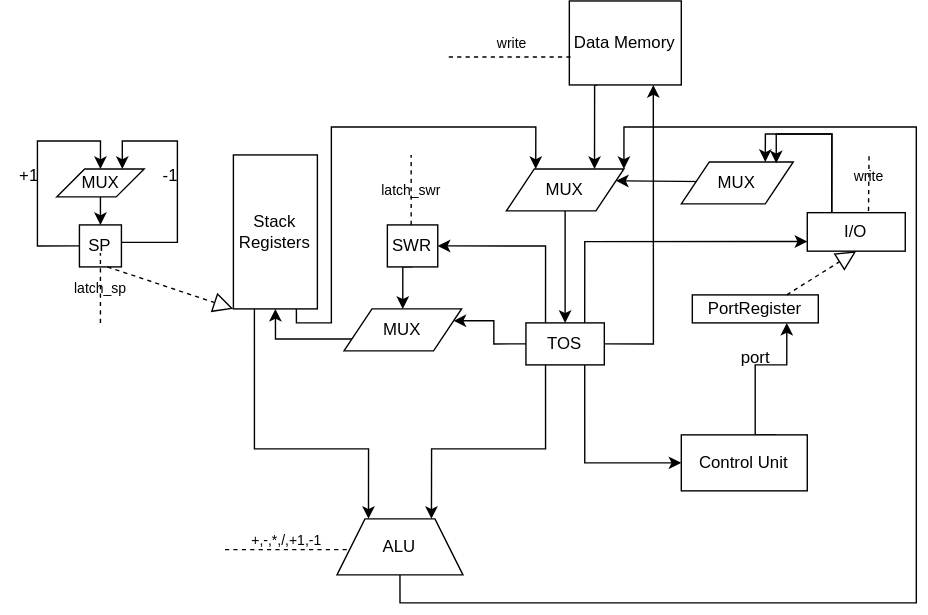
This is schemes/DataPath.svg from stanislav-shchetinin/MyAsm, a draw.io export, as it was before one commit. Source tidied: cells renumbered, new cells last; positions are measured from the earlier drawing's top-left corner, leaving out a move shared by most shapes.
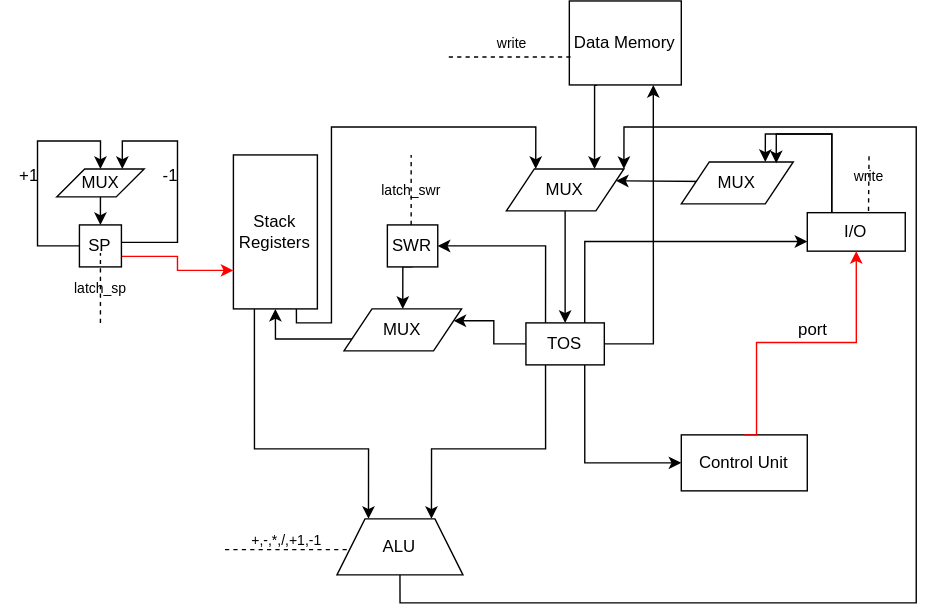
The same diagram one commit later.

What changed in the source:
```diff
@@ -74,6 +74,9 @@
         </Array>
       </mxGeometry>
     </mxCell>
+    <mxCell id="50" style="edgeStyle=orthogonalEdgeStyle;rounded=0;jettySize=auto;html=1;exitX=1;exitY=0.75;exitDx=0;exitDy=0;entryX=0;entryY=0.75;entryDx=0;entryDy=0;strokeColor=#FF0000;" parent="1" edge="1" source="16" target="4">
+      <mxGeometry relative="1" as="geometry" />
+    </mxCell>
     <mxCell id="16" value="SP" style="rounded=0;whiteSpace=wrap;html=1;" parent="1" vertex="1">
       <mxGeometry x="56.2" y="160" width="30" height="30" as="geometry" />
     </mxCell>
@@ -98,11 +101,6 @@
     <mxCell id="22" value="&lt;span style=&quot;font-size: 10px;&quot;&gt;latch_sp&lt;/span&gt;" style="text;html=1;align=center;verticalAlign=middle;strokeColor=none;fillColor=none;" parent="1" vertex="1">
       <mxGeometry x="41.2" y="190" width="60" height="30" as="geometry" />
     </mxCell>
-    <mxCell id="23" style="endArrow=block;dashed=1;endFill=0;endSize=12;html=1;rounded=0;entryX=0;entryY=1;entryDx=0;entryDy=0;" parent="1" edge="1" target="4">
-      <mxGeometry relative="1" as="geometry">
-        <mxPoint x="76.2" y="190" as="sourcePoint" />
-      </mxGeometry>
-    </mxCell>
     <mxCell id="24" style="edgeStyle=orthogonalEdgeStyle;rounded=0;jettySize=auto;html=1;exitX=0.5;exitY=1;exitDx=0;exitDy=0;entryX=0.5;entryY=0;entryDx=0;entryDy=0;" parent="1" edge="1" source="25" target="27">
       <mxGeometry relative="1" as="geometry" />
     </mxCell>
@@ -171,23 +169,20 @@
     <mxCell id="39" value="&lt;span style=&quot;font-size: 10px;&quot;&gt;write&lt;/span&gt;" style="text;html=1;align=center;verticalAlign=middle;strokeColor=none;fillColor=none;" parent="1" vertex="1">
       <mxGeometry x="345.1" y="15" width="40" height="30" as="geometry" />
     </mxCell>
-    <mxCell id="40" style="edgeStyle=orthogonalEdgeStyle;rounded=0;jettySize=auto;html=1;exitX=0.75;exitY=0;exitDx=0;exitDy=0;entryX=0.75;entryY=1;entryDx=0;entryDy=0;" parent="1" edge="1" source="41" target="42">
-      <mxGeometry relative="1" as="geometry">
-        <Array as="points">
-          <mxPoint x="539" y="310" />
-          <mxPoint x="539" y="260" />
-          <mxPoint x="562" y="260" />
-        </Array>
-      </mxGeometry>
-    </mxCell>
     <mxCell id="41" value="Control Unit" style="rounded=0;whiteSpace=wrap;html=1;" parent="1" vertex="1">
       <mxGeometry x="486.2" y="310" width="90" height="40" as="geometry" />
     </mxCell>
-    <mxCell id="42" value="PortRegister" style="rounded=0;whiteSpace=wrap;html=1;" parent="1" vertex="1">
-      <mxGeometry x="494.1" y="210" width="90" height="20" as="geometry" />
-    </mxCell>
+    <mxCell id="51" style="edgeStyle=orthogonalEdgeStyle;rounded=0;jettySize=auto;html=1;exitX=0.5;exitY=0;exitDx=0;exitDy=0;entryX=0.5;entryY=1;entryDx=0;entryDy=0;shadow=0;strokeColor=#FF0000;" parent="1" edge="1" source="41" target="37">
+      <mxGeometry relative="1" as="geometry">
+        <Array as="points">
+          <mxPoint x="540" y="310" />
+          <mxPoint x="540" y="244" />
+          <mxPoint x="611" y="244" />
+        </Array>
+      </mxGeometry>
+    </mxCell>
     <mxCell id="43" value="port" style="text;html=1;align=center;verticalAlign=middle;strokeColor=none;fillColor=none;" parent="1" vertex="1">
-      <mxGeometry x="519.1" y="240" width="40" height="30" as="geometry" />
+      <mxGeometry x="560" y="220" width="40" height="30" as="geometry" />
     </mxCell>
     <mxCell id="44" style="endArrow=none;dashed=1;html=1;rounded=0;entryX=0.51;entryY=-0.04;entryDx=0;entryDy=0;entryPerimeter=0;" parent="1" edge="1" target="45">
       <mxGeometry relative="1" as="geometry">
@@ -197,9 +192,6 @@
     <mxCell id="45" value="&lt;span style=&quot;font-size: 10px;&quot;&gt;write&lt;/span&gt;" style="text;html=1;align=center;verticalAlign=middle;points=[];strokeColor=none;fillColor=none;" parent="1" vertex="1">
       <mxGeometry x="600" y="110" width="40" height="30" as="geometry" />
     </mxCell>
-    <mxCell id="46" style="endArrow=block;dashed=1;endFill=0;endSize=12;html=1;rounded=0;entryX=0.5;entryY=1;entryDx=0;entryDy=0;exitX=0.75;exitY=0;exitDx=0;exitDy=0;" parent="1" edge="1" source="42" target="37">
-      <mxGeometry relative="1" as="geometry" />
-    </mxCell>
     <mxCell id="47" style="edgeStyle=orthogonalEdgeStyle;rounded=0;jettySize=auto;html=1;exitX=0;exitY=0.5;exitDx=0;exitDy=0;entryX=1;entryY=0.25;entryDx=0;entryDy=0;" parent="1" edge="1" source="48" target="13">
       <mxGeometry relative="1" as="geometry">
         <Array as="points">
```
